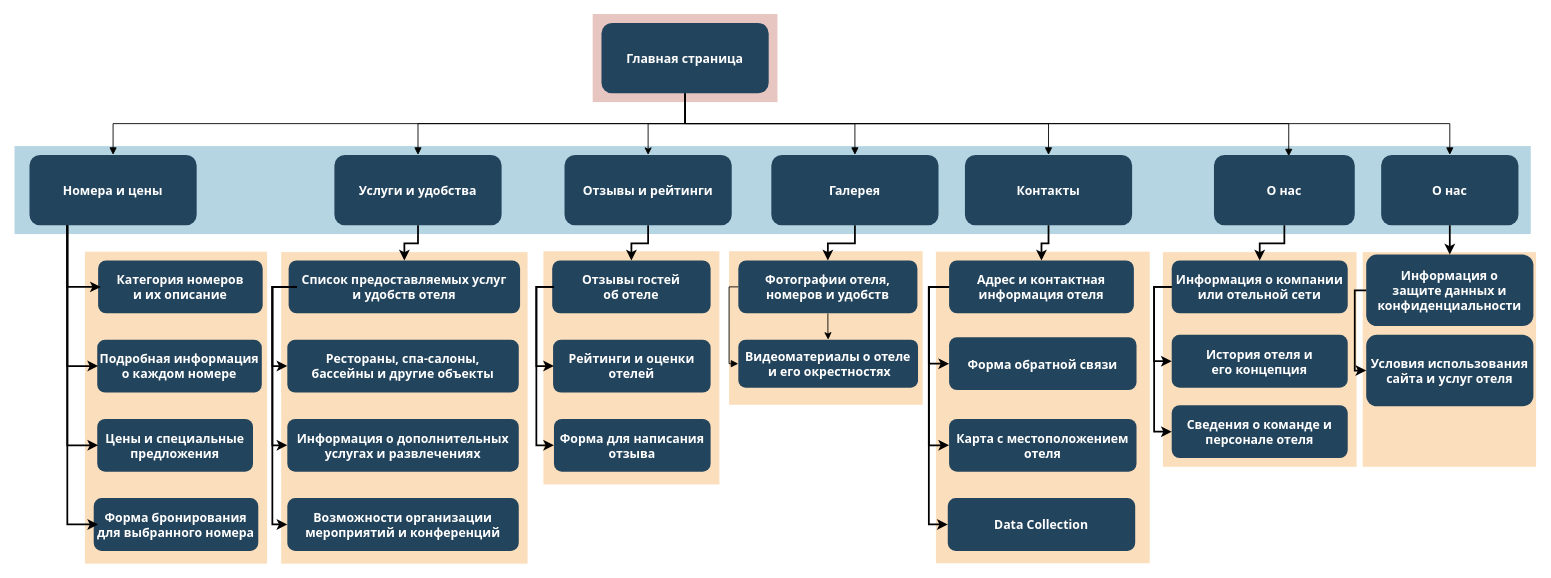
Earlier version of the draw.io diagram Диаграмма без названия.drawio (lavet13/access-dbxd). Source tidied: cells renumbered, new cells numbered last; positions are measured from the earlier drawing's top-left corner, leaving out a move shared by most shapes. Both pictures are drawn from the tidied source at 88%, with x=0, y=0 at pixel (14, 14).
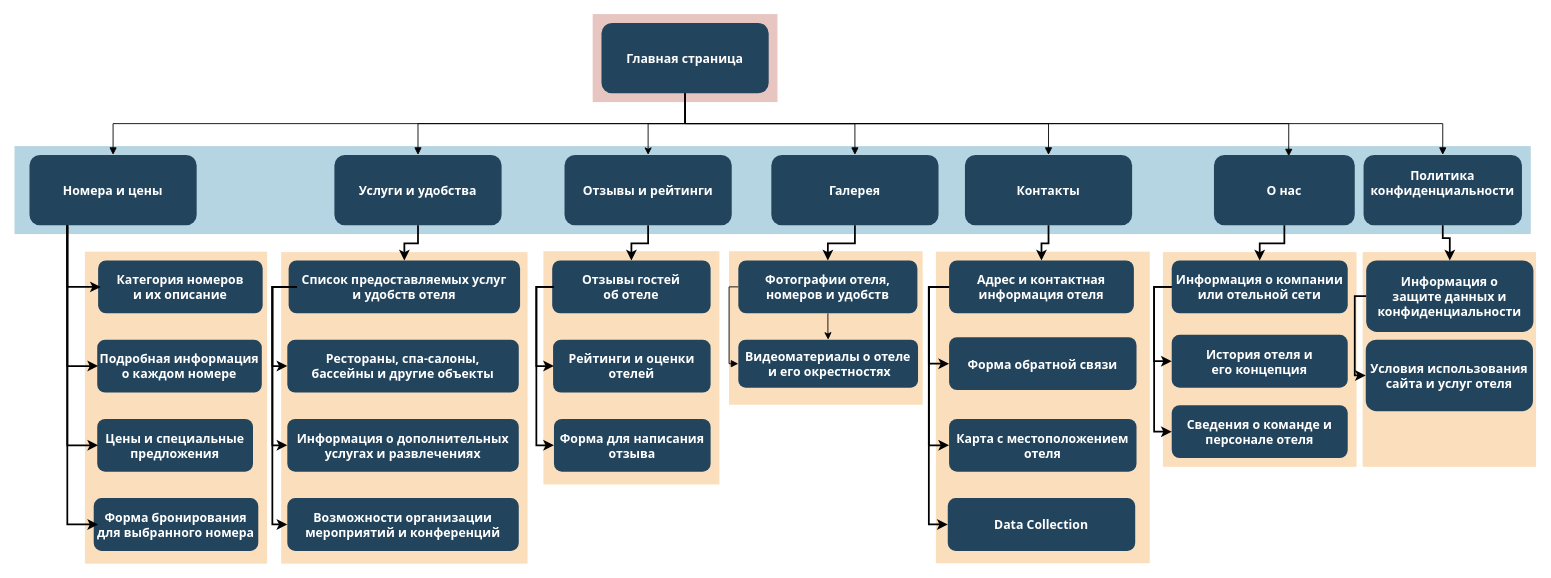
After the change.

The change refers to these unchanged cells:
```xml
<mxCell id="18" value="Главная страница" style="rounded=1;fillColor=#23445D;gradientColor=none;strokeColor=none;fontColor=#FFFFFF;fontStyle=1;fontFamily=Tahoma;fontSize=14;verticalAlign=middle;spacing=3;" parent="1" vertex="1">
  <mxGeometry x="667" y="9.5" width="190" height="80" as="geometry" />
</mxCell>
```

The edit, as a diff of the source:
```diff
@@
     <mxCell id="17" style="edgeStyle=orthogonalEdgeStyle;rounded=0;sketch=0;jettySize=auto;html=1;entryX=0.5;entryY=0;entryDx=0;entryDy=0;shadow=0;endArrow=block;endFill=1;" parent="1" edge="1" source="18" target="66">
       <mxGeometry relative="1" as="geometry">
         <Array as="points">
           <mxPoint x="762" y="124" />
-          <mxPoint x="1631" y="124" />
+          <mxPoint x="1623" y="124" />
         </Array>
       </mxGeometry>
     </mxCell>
@@
-    <mxCell id="66" value="О нас" style="rounded=1;fillColor=#23445D;gradientColor=none;strokeColor=none;fontColor=#FFFFFF;fontStyle=1;fontFamily=Tahoma;fontSize=14;" parent="1" vertex="1">
-      <mxGeometry x="1553" y="159.5" width="156" height="80" as="geometry" />
+    <mxCell id="66" value="Политика &#10;конфиденциальности&#10; " style="rounded=1;fillColor=#23445D;gradientColor=none;strokeColor=none;fontColor=#FFFFFF;fontStyle=1;fontFamily=Tahoma;fontSize=14;" parent="1" vertex="1">
+      <mxGeometry x="1533" y="159.5" width="180" height="80" as="geometry" />
     </mxCell>
     <mxCell id="67" value="Информация о &#10;защите данных и &#10;конфиденциальности" style="rounded=1;fillColor=#23445D;gradientColor=none;strokeColor=none;fontColor=#FFFFFF;fontStyle=1;fontFamily=Tahoma;fontSize=14;" parent="1" vertex="1">
-      <mxGeometry x="1536" y="272.8" width="190" height="81.2" as="geometry" />
+      <mxGeometry x="1536" y="279.5" width="190" height="81.2" as="geometry" />
     </mxCell>
     <mxCell id="68" style="edgeStyle=elbowEdgeStyle;elbow=vertical;strokeWidth=2;rounded=0;exitX=0.5;exitY=1;exitDx=0;exitDy=0;entryX=0.5;entryY=0;entryDx=0;entryDy=0;" parent="1" edge="1" source="66" target="67">
       <mxGeometry x="272" y="170" as="geometry">
         <Array as="points">
+          <mxPoint x="1633" y="254" />
           <mxPoint x="1626" y="268.5" />
         </Array>
       </mxGeometry>
     </mxCell>
@@
     <mxCell id="70" value="Условия использования &#10;сайта и услуг отеля" style="rounded=1;fillColor=#23445D;gradientColor=none;strokeColor=none;fontColor=#FFFFFF;fontStyle=1;fontFamily=Tahoma;fontSize=14;" parent="1" vertex="1">
-      <mxGeometry x="1536" y="364" width="190" height="81.2" as="geometry" />
+      <mxGeometry x="1535.5" y="369.5" width="190" height="81.2" as="geometry" />
     </mxCell>
```
